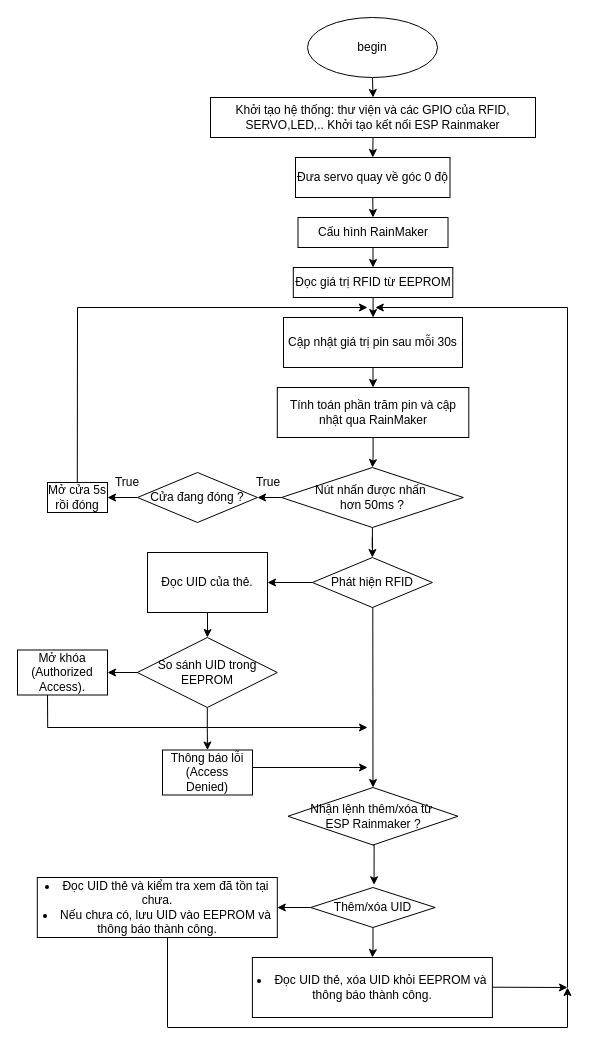
The draw.io diagram page "Khóa cửa thông minh" (2 of 3) of home.drawio in 106210049/Smart-home, before the edit. Source tidied: cells renumbered, new cells numbered last; positions are measured from the earlier drawing's top-left corner, leaving out a move shared by most shapes. Both pictures are drawn from the tidied source at 100%, with x=0, y=0 at pixel (17, 17).
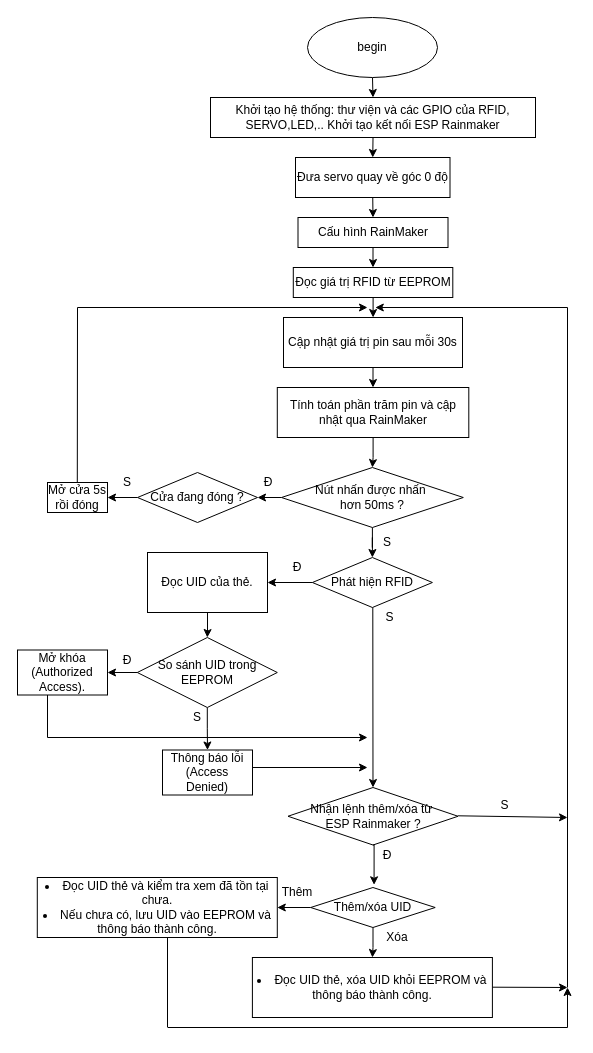
The same diagram, later.

The edit, as a diff of the source:
```diff
@@
-    <mxCell id="22" value="True" style="text;strokeColor=none;align=center;fillColor=none;html=1;verticalAlign=middle;whiteSpace=wrap;rounded=0;" parent="1" vertex="1">
+    <mxCell id="22" value="S" style="text;strokeColor=none;align=center;fillColor=none;html=1;verticalAlign=middle;whiteSpace=wrap;rounded=0;" parent="1" vertex="1">
       <mxGeometry x="80" y="455" width="60" height="20" as="geometry" />
     </mxCell>
-    <mxCell id="23" value="True" style="text;strokeColor=none;align=center;fillColor=none;html=1;verticalAlign=middle;whiteSpace=wrap;rounded=0;" parent="1" vertex="1">
+    <mxCell id="23" value="Đ" style="text;strokeColor=none;align=center;fillColor=none;html=1;verticalAlign=middle;whiteSpace=wrap;rounded=0;" parent="1" vertex="1">
       <mxGeometry x="220.5" y="455" width="60" height="20" as="geometry" />
     </mxCell>
@@
     <mxCell id="35" style="endArrow=none;html=1;rounded=0;" parent="1" edge="1">
       <mxGeometry relative="1" as="geometry">
-        <mxPoint x="30.2" y="710" as="sourcePoint" />
+        <mxPoint x="30" y="720" as="sourcePoint" />
         <mxPoint x="30" y="677.5" as="targetPoint" />
       </mxGeometry>
     </mxCell>
@@
     <mxCell id="48" style="endArrow=classic;html=1;rounded=0;" parent="1" edge="1">
       <mxGeometry relative="1" as="geometry">
-        <mxPoint x="30" y="710" as="sourcePoint" />
-        <mxPoint x="350" y="710" as="targetPoint" />
+        <mxPoint x="30" y="720" as="sourcePoint" />
+        <mxPoint x="350" y="720" as="targetPoint" />
       </mxGeometry>
     </mxCell>
@@
+    <mxCell id="52" value="S" style="text;strokeColor=none;align=center;fillColor=none;html=1;verticalAlign=middle;whiteSpace=wrap;rounded=0;" parent="1" vertex="1">
+      <mxGeometry x="340" y="515" width="60" height="20" as="geometry" />
+    </mxCell>
+    <mxCell id="53" value="Đ" style="text;strokeColor=none;align=center;fillColor=none;html=1;verticalAlign=middle;whiteSpace=wrap;rounded=0;" parent="1" vertex="1">
+      <mxGeometry x="250" y="540" width="60" height="20" as="geometry" />
+    </mxCell>
+    <mxCell id="54" value="S" style="text;strokeColor=none;align=center;fillColor=none;html=1;verticalAlign=middle;whiteSpace=wrap;rounded=0;" parent="1" vertex="1">
+      <mxGeometry x="354.9" y="590" width="35.1" height="20" as="geometry" />
+    </mxCell>
+    <mxCell id="55" value="Đ" style="text;strokeColor=none;align=center;fillColor=none;html=1;verticalAlign=middle;whiteSpace=wrap;rounded=0;" parent="1" vertex="1">
+      <mxGeometry x="80" y="632.5" width="60" height="20" as="geometry" />
+    </mxCell>
+    <mxCell id="56" value="S" style="text;strokeColor=none;align=center;fillColor=none;html=1;verticalAlign=middle;whiteSpace=wrap;rounded=0;" parent="1" vertex="1">
+      <mxGeometry x="160" y="690" width="40" height="20" as="geometry" />
+    </mxCell>
+    <mxCell id="57" style="endArrow=classic;html=1;rounded=0;" parent="1" edge="1">
+      <mxGeometry relative="1" as="geometry">
+        <mxPoint x="440.5" y="798.3" as="sourcePoint" />
+        <mxPoint x="550" y="800" as="targetPoint" />
+      </mxGeometry>
+    </mxCell>
+    <mxCell id="58" value="Đ" style="text;strokeColor=none;align=center;fillColor=none;html=1;verticalAlign=middle;whiteSpace=wrap;rounded=0;" parent="1" vertex="1">
+      <mxGeometry x="350" y="827.5" width="40" height="20" as="geometry" />
+    </mxCell>
+    <mxCell id="59" value="S" style="text;strokeColor=none;align=center;fillColor=none;html=1;verticalAlign=middle;whiteSpace=wrap;rounded=0;" parent="1" vertex="1">
+      <mxGeometry x="470" y="777.5" width="35" height="20" as="geometry" />
+    </mxCell>
+    <mxCell id="60" value="Thêm" style="text;strokeColor=none;align=center;fillColor=none;html=1;verticalAlign=middle;whiteSpace=wrap;rounded=0;" parent="1" vertex="1">
+      <mxGeometry x="250" y="860" width="60" height="30" as="geometry" />
+    </mxCell>
+    <mxCell id="61" value="Xóa" style="text;strokeColor=none;align=center;fillColor=none;html=1;verticalAlign=middle;whiteSpace=wrap;rounded=0;" parent="1" vertex="1">
+      <mxGeometry x="350" y="910" width="60" height="20" as="geometry" />
+    </mxCell>
```
